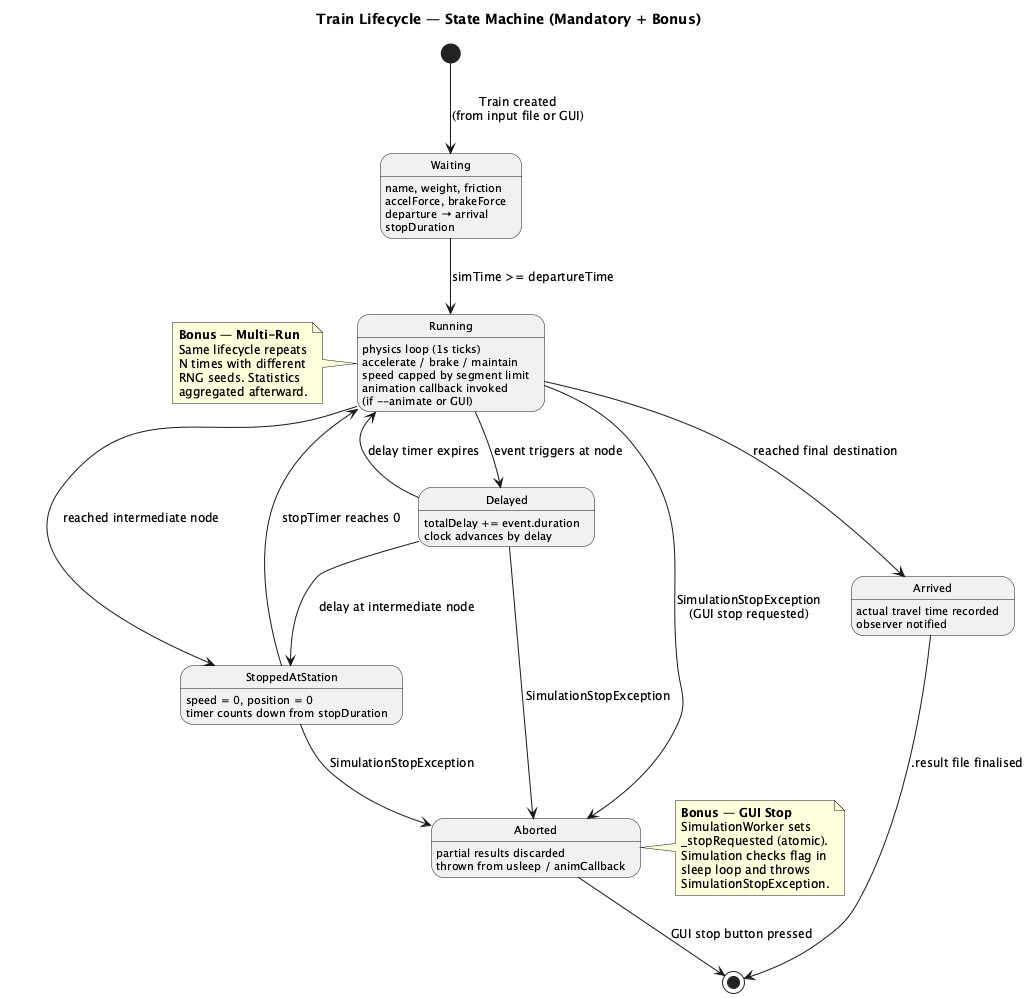
This is docs/diagrams/state_train_lifecycle.png from abaiao-r/Module_05_Train_yourself, a PlantUML export, as it was before one commit.
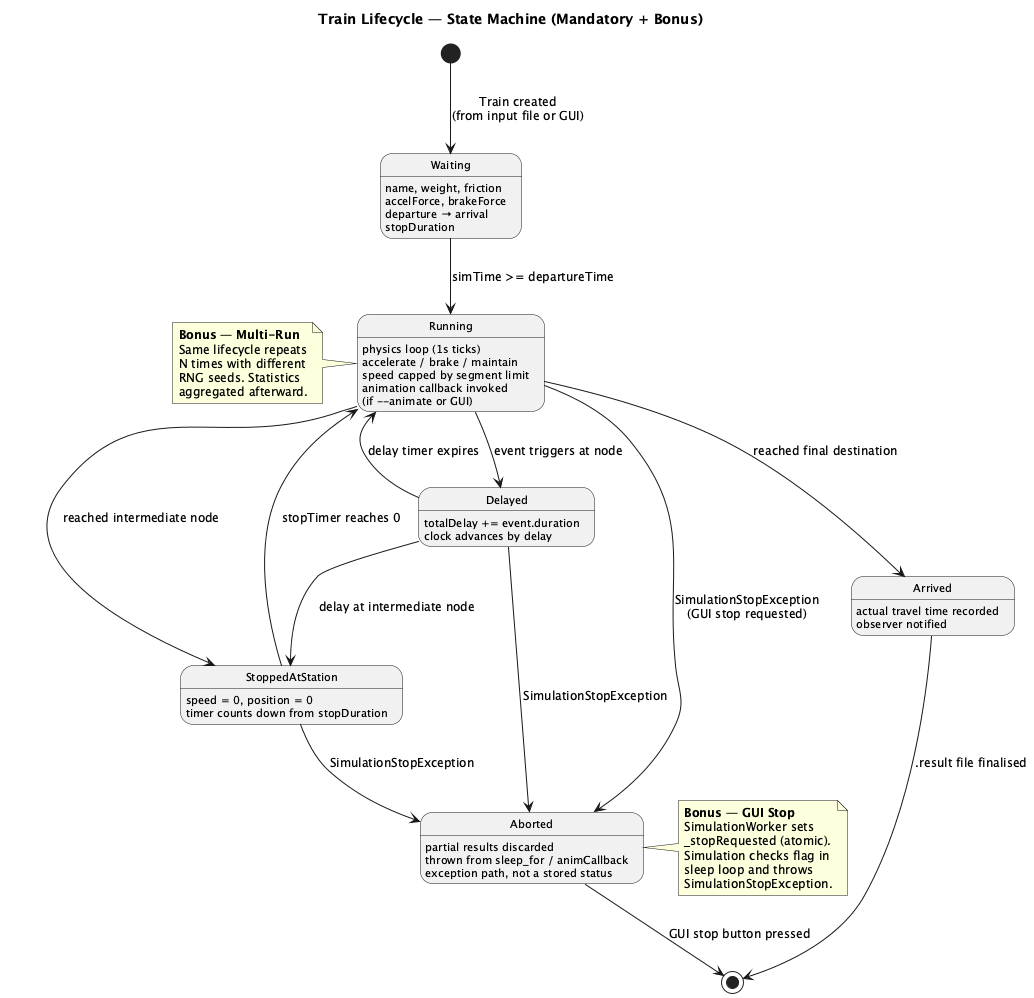
After the commit.

Change to the diagram source:
```diff
@@ -41,7 +41,8 @@
 
 Aborted --> [*] : GUI stop button pressed
 Aborted : partial results discarded
-Aborted : thrown from usleep / animCallback
+Aborted : thrown from sleep_for / animCallback
+Aborted : exception path, not a stored status
 
 note right of Aborted
   **Bonus — GUI Stop**
```
